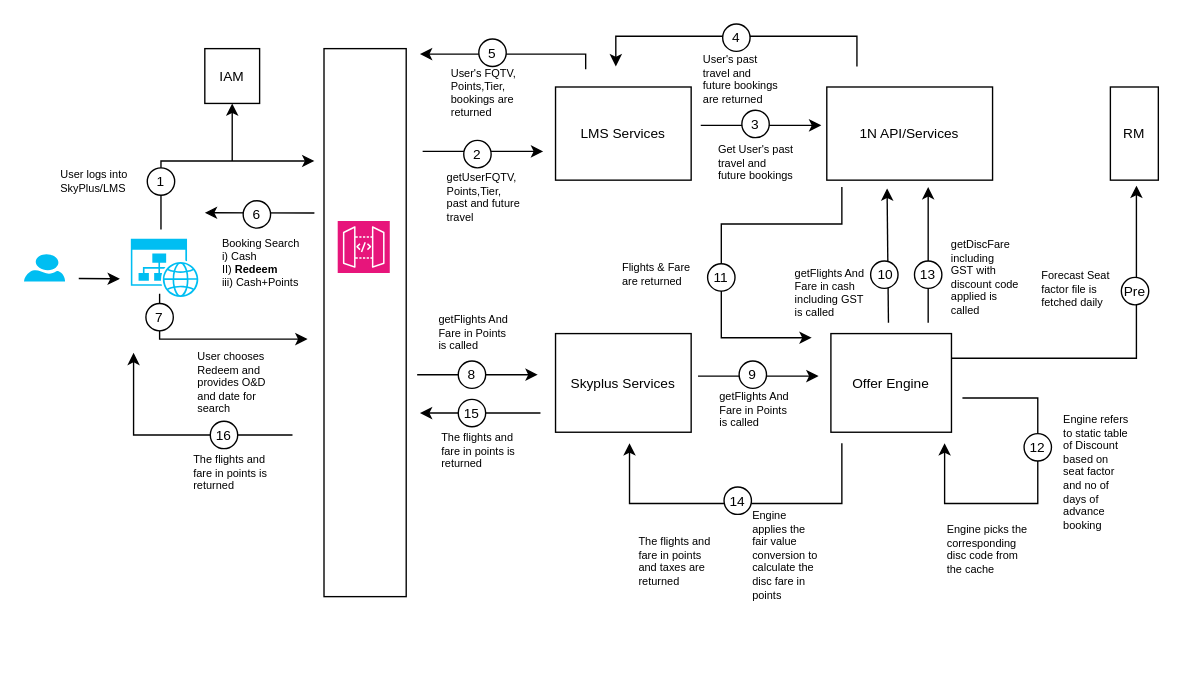
Earlier version of the draw.io diagram page "Search and Results" (1 of 2) of Redeem_Points_Flow.drawio (nchauhan4/drawings). Source tidied: cells renumbered, new cells numbered last; positions are measured from the earlier drawing's top-left corner, leaving out a move shared by most shapes. Both pictures are drawn from the tidied source at 137%, with x=0, y=0 at pixel (23, 23).
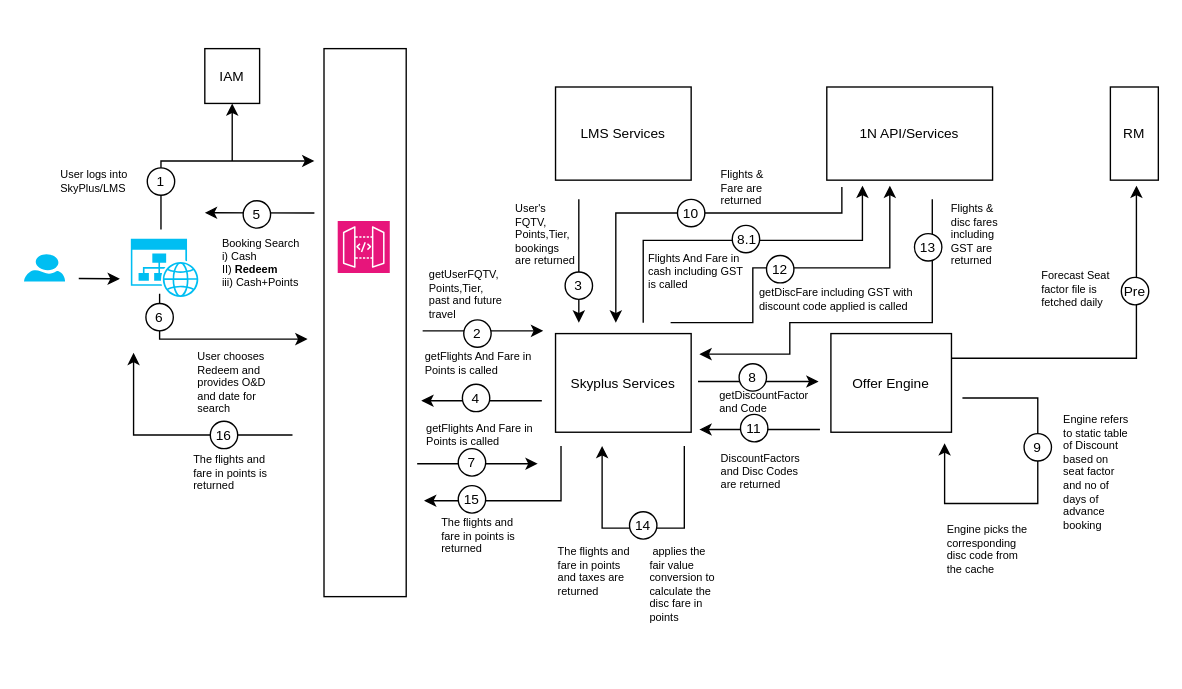
Above is the later version.

What changed in the source:
```diff
@@
     <mxCell id="2" style="endArrow=classic;html=1;rounded=0;" parent="1" edge="1">
       <mxGeometry relative="1" as="geometry">
-        <mxPoint x="631" y="218" as="sourcePoint" />
-        <mxPoint x="630" y="120" as="targetPoint" />
+        <mxPoint x="452" y="218" as="sourcePoint" />
+        <mxPoint x="612" y="118" as="targetPoint" />
+        <Array as="points">
+          <mxPoint x="452" y="158" />
+          <mxPoint x="612" y="158" />
+        </Array>
       </mxGeometry>
     </mxCell>
@@
-    <mxCell id="14" value="&lt;font style=&quot;font-size: 10px;&quot;&gt;6&lt;/font&gt;" style="text;html=1;strokeColor=none;fillColor=none;align=center;verticalAlign=middle;whiteSpace=wrap;rounded=0;" parent="1" vertex="1">
+    <mxCell id="14" value="&lt;font style=&quot;font-size: 10px;&quot;&gt;5&lt;/font&gt;" style="text;html=1;strokeColor=none;fillColor=none;align=center;verticalAlign=middle;whiteSpace=wrap;rounded=0;" parent="1" vertex="1">
       <mxGeometry x="155" y="129" width="30" height="20" as="geometry" />
     </mxCell>
@@
-    <mxCell id="20" value="&lt;font style=&quot;font-size: 10px;&quot;&gt;7&lt;/font&gt;" style="text;html=1;strokeColor=none;fillColor=none;align=center;verticalAlign=middle;whiteSpace=wrap;rounded=0;" parent="1" vertex="1">
+    <mxCell id="20" value="&lt;font style=&quot;font-size: 10px;&quot;&gt;6&lt;/font&gt;" style="text;html=1;strokeColor=none;fillColor=none;align=center;verticalAlign=middle;whiteSpace=wrap;rounded=0;" parent="1" vertex="1">
       <mxGeometry x="84" y="204" width="30" height="20" as="geometry" />
     </mxCell>
@@
     <mxCell id="25" style="endArrow=classic;html=1;rounded=0;" parent="1" edge="1">
       <mxGeometry relative="1" as="geometry">
-        <mxPoint x="291" y="93" as="sourcePoint" />
-        <mxPoint x="379" y="93" as="targetPoint" />
+        <mxPoint x="291" y="224" as="sourcePoint" />
+        <mxPoint x="379" y="224" as="targetPoint" />
       </mxGeometry>
     </mxCell>
@@
     <mxCell id="27" style="ellipse;whiteSpace=wrap;html=1;" parent="1" vertex="1">
-      <mxGeometry x="321" y="85" width="20" height="20" as="geometry" />
+      <mxGeometry x="321" y="216" width="20" height="20" as="geometry" />
     </mxCell>
     <mxCell id="28" value="&lt;font style=&quot;font-size: 10px;&quot;&gt;2&lt;/font&gt;" style="text;html=1;strokeColor=none;fillColor=none;align=center;verticalAlign=middle;whiteSpace=wrap;rounded=0;" parent="1" vertex="1">
-      <mxGeometry x="316" y="85" width="30" height="20" as="geometry" />
+      <mxGeometry x="316" y="216" width="30" height="20" as="geometry" />
     </mxCell>
     <mxCell id="29" value="getUserFQTV, Points,Tier, past and future travel" style="text;html=1;strokeColor=none;fillColor=none;align=left;verticalAlign=top;whiteSpace=wrap;rounded=0;fontSize=8;" parent="1" vertex="1">
-      <mxGeometry x="306.8" y="101" width="58.5" height="53" as="geometry" />
+      <mxGeometry x="293.5" y="171.8" width="58.5" height="53" as="geometry" />
     </mxCell>
     <mxCell id="30" value="getDiscFare including GST&amp;nbsp;&lt;span style=&quot;background-color: initial;&quot;&gt;with&lt;/span&gt;&lt;div&gt;discount code applied is called&lt;/div&gt;" style="text;html=1;strokeColor=none;fillColor=none;align=left;verticalAlign=top;whiteSpace=wrap;rounded=0;fontSize=8;" parent="1" vertex="1">
-      <mxGeometry x="675" y="150" width="52" height="55" as="geometry" />
+      <mxGeometry x="535" y="185" width="120" height="55" as="geometry" />
     </mxCell>
     <mxCell id="31" style="endArrow=classic;html=1;rounded=0;" parent="1" edge="1">
       <mxGeometry relative="1" as="geometry">
-        <mxPoint x="492" y="257" as="sourcePoint" />
-        <mxPoint x="580" y="257" as="targetPoint" />
+        <mxPoint x="492" y="261" as="sourcePoint" />
+        <mxPoint x="580" y="261" as="targetPoint" />
       </mxGeometry>
     </mxCell>
     <mxCell id="32" style="ellipse;whiteSpace=wrap;html=1;" parent="1" vertex="1">
-      <mxGeometry x="522" y="246" width="20" height="20" as="geometry" />
+      <mxGeometry x="522" y="248" width="20" height="20" as="geometry" />
     </mxCell>
-    <mxCell id="33" value="&lt;span style=&quot;font-size: 10px;&quot;&gt;9&lt;/span&gt;" style="text;html=1;strokeColor=none;fillColor=none;align=center;verticalAlign=middle;whiteSpace=wrap;rounded=0;" parent="1" vertex="1">
-      <mxGeometry x="517" y="246" width="30" height="20" as="geometry" />
+    <mxCell id="33" value="&lt;span style=&quot;font-size: 10px;&quot;&gt;8&lt;/span&gt;" style="text;html=1;strokeColor=none;fillColor=none;align=center;verticalAlign=middle;whiteSpace=wrap;rounded=0;" parent="1" vertex="1">
+      <mxGeometry x="517" y="248" width="30" height="20" as="geometry" />
     </mxCell>
-    <mxCell id="34" value="getFlights And Fare in cash including GST is called" style="text;html=1;strokeColor=none;fillColor=none;align=left;verticalAlign=top;whiteSpace=wrap;rounded=0;fontSize=8;" parent="1" vertex="1">
-      <mxGeometry x="561" y="170.5" width="58.5" height="33" as="geometry" />
+    <mxCell id="34" value="Flights And Fare in cash including GST is called" style="text;html=1;strokeColor=none;fillColor=none;align=left;verticalAlign=top;whiteSpace=wrap;rounded=0;fontSize=8;" parent="1" vertex="1">
+      <mxGeometry x="453.8" y="160" width="74.2" height="33" as="geometry" />
     </mxCell>
     <mxCell id="35" style="endArrow=classic;html=1;rounded=0;" parent="1" edge="1">
       <mxGeometry relative="1" as="geometry">
-        <mxPoint x="287" y="256" as="sourcePoint" />
-        <mxPoint x="375" y="256" as="targetPoint" />
+        <mxPoint x="287" y="321" as="sourcePoint" />
+        <mxPoint x="375" y="321" as="targetPoint" />
       </mxGeometry>
     </mxCell>
     <mxCell id="36" style="ellipse;whiteSpace=wrap;html=1;" parent="1" vertex="1">
-      <mxGeometry x="317" y="246" width="20" height="20" as="geometry" />
+      <mxGeometry x="317" y="310" width="20" height="20" as="geometry" />
     </mxCell>
-    <mxCell id="37" value="&lt;font style=&quot;font-size: 10px;&quot;&gt;8&lt;/font&gt;" style="text;html=1;strokeColor=none;fillColor=none;align=center;verticalAlign=middle;whiteSpace=wrap;rounded=0;" parent="1" vertex="1">
-      <mxGeometry x="312" y="246" width="30" height="20" as="geometry" />
+    <mxCell id="37" value="&lt;font style=&quot;font-size: 10px;&quot;&gt;7&lt;/font&gt;" style="text;html=1;strokeColor=none;fillColor=none;align=center;verticalAlign=middle;whiteSpace=wrap;rounded=0;" parent="1" vertex="1">
+      <mxGeometry x="312" y="310" width="30" height="20" as="geometry" />
     </mxCell>
     <mxCell id="38" value="getFlights And Fare in Points is called" style="text;html=1;strokeColor=none;fillColor=none;align=left;verticalAlign=top;whiteSpace=wrap;rounded=0;fontSize=8;" parent="1" vertex="1">
-      <mxGeometry x="300.8" y="205" width="58.5" height="33" as="geometry" />
+      <mxGeometry x="292" y="284" width="80" height="33" as="geometry" />
     </mxCell>
     <mxCell id="39" style="endArrow=classic;html=1;rounded=0;" parent="1" edge="1">
       <mxGeometry relative="1" as="geometry">
-        <mxPoint x="660" y="218" as="sourcePoint" />
-        <mxPoint x="660" y="119" as="targetPoint" />
+        <mxPoint x="472" y="218" as="sourcePoint" />
+        <mxPoint x="632" y="118" as="targetPoint" />
         <Array as="points">
-          <mxPoint x="660" y="174" />
+          <mxPoint x="532" y="218" />
+          <mxPoint x="532" y="178" />
+          <mxPoint x="632" y="178" />
+          <mxPoint x="632" y="138" />
         </Array>
       </mxGeometry>
     </mxCell>
@@
-    <mxCell id="41" style="endArrow=classic;html=1;rounded=0;" parent="1" edge="1">
-      <mxGeometry relative="1" as="geometry">
-        <mxPoint x="494" y="74" as="sourcePoint" />
-        <mxPoint x="582" y="74" as="targetPoint" />
-      </mxGeometry>
-    </mxCell>
-    <mxCell id="42" style="ellipse;whiteSpace=wrap;html=1;" parent="1" vertex="1">
-      <mxGeometry x="524" y="63" width="20" height="20" as="geometry" />
-    </mxCell>
-    <mxCell id="43" value="&lt;font style=&quot;font-size: 10px;&quot;&gt;3&lt;/font&gt;" style="text;html=1;strokeColor=none;fillColor=none;align=center;verticalAlign=middle;whiteSpace=wrap;rounded=0;" parent="1" vertex="1">
-      <mxGeometry x="519" y="63" width="30" height="20" as="geometry" />
-    </mxCell>
-    <mxCell id="44" value="Get User's past travel and future bookings&amp;nbsp;" style="text;html=1;strokeColor=none;fillColor=none;align=left;verticalAlign=top;whiteSpace=wrap;rounded=0;fontSize=8;" parent="1" vertex="1">
-      <mxGeometry x="504.8" y="81" width="58.5" height="33" as="geometry" />
-    </mxCell>
     <mxCell id="45" style="ellipse;whiteSpace=wrap;html=1;" parent="1" vertex="1">
-      <mxGeometry x="618" y="173" width="20" height="20" as="geometry" />
+      <mxGeometry x="517" y="147" width="20" height="20" as="geometry" />
     </mxCell>
-    <mxCell id="46" value="&lt;span style=&quot;font-size: 10px;&quot;&gt;10&lt;/span&gt;" style="text;html=1;strokeColor=none;fillColor=none;align=center;verticalAlign=middle;whiteSpace=wrap;rounded=0;" parent="1" vertex="1">
-      <mxGeometry x="614" y="173" width="30" height="20" as="geometry" />
+    <mxCell id="46" value="&lt;span style=&quot;font-size: 10px;&quot;&gt;8.1&lt;/span&gt;" style="text;html=1;strokeColor=none;fillColor=none;align=center;verticalAlign=middle;whiteSpace=wrap;rounded=0;" parent="1" vertex="1">
+      <mxGeometry x="513" y="147" width="30" height="20" as="geometry" />
     </mxCell>
-    <mxCell id="47" value="getFlights And Fare in Points is called" style="text;html=1;strokeColor=none;fillColor=none;align=left;verticalAlign=top;whiteSpace=wrap;rounded=0;fontSize=8;" parent="1" vertex="1">
-      <mxGeometry x="505.8" y="261" width="58.5" height="33" as="geometry" />
+    <mxCell id="47" value="getDiscountFactor and Code" style="text;html=1;strokeColor=none;fillColor=none;align=left;verticalAlign=top;whiteSpace=wrap;rounded=0;fontSize=8;" parent="1" vertex="1">
+      <mxGeometry x="505.8" y="260" width="58.5" height="33" as="geometry" />
     </mxCell>
     <mxCell id="48" style="ellipse;whiteSpace=wrap;html=1;" parent="1" vertex="1">
-      <mxGeometry x="650" y="173" width="20" height="20" as="geometry" />
+      <mxGeometry x="542" y="169" width="20" height="20" as="geometry" />
     </mxCell>
-    <mxCell id="49" value="&lt;span style=&quot;font-size: 10px;&quot;&gt;13&lt;/span&gt;" style="text;html=1;strokeColor=none;fillColor=none;align=center;verticalAlign=middle;whiteSpace=wrap;rounded=0;" parent="1" vertex="1">
-      <mxGeometry x="645" y="173" width="30" height="20" as="geometry" />
+    <mxCell id="49" value="&lt;span style=&quot;font-size: 10px;&quot;&gt;12&lt;/span&gt;" style="text;html=1;strokeColor=none;fillColor=none;align=center;verticalAlign=middle;whiteSpace=wrap;rounded=0;" parent="1" vertex="1">
+      <mxGeometry x="537" y="169" width="30" height="20" as="geometry" />
     </mxCell>
     <mxCell id="50" style="endArrow=classic;html=1;rounded=0;" parent="1" edge="1">
       <mxGeometry relative="1" as="geometry">
         <mxPoint x="597" y="119" as="sourcePoint" />
-        <mxPoint x="575" y="229" as="targetPoint" />
+        <mxPoint x="432" y="218" as="targetPoint" />
         <Array as="points">
-          <mxPoint x="597" y="146" />
-          <mxPoint x="509" y="146" />
-          <mxPoint x="509" y="185" />
-          <mxPoint x="509" y="229" />
+          <mxPoint x="597" y="138" />
+          <mxPoint x="512" y="138" />
+          <mxPoint x="432" y="138" />
         </Array>
       </mxGeometry>
     </mxCell>
     <mxCell id="51" style="ellipse;whiteSpace=wrap;html=1;" parent="1" vertex="1">
-      <mxGeometry x="499" y="175" width="20" height="20" as="geometry" />
+      <mxGeometry x="477" y="128" width="20" height="20" as="geometry" />
     </mxCell>
-    <mxCell id="52" value="&lt;font style=&quot;font-size: 10px;&quot;&gt;11&lt;/font&gt;" style="text;html=1;strokeColor=none;fillColor=none;align=center;verticalAlign=middle;whiteSpace=wrap;rounded=0;" parent="1" vertex="1">
-      <mxGeometry x="494" y="175" width="30" height="20" as="geometry" />
+    <mxCell id="52" value="&lt;font style=&quot;font-size: 10px;&quot;&gt;10&lt;/font&gt;" style="text;html=1;strokeColor=none;fillColor=none;align=center;verticalAlign=middle;whiteSpace=wrap;rounded=0;" parent="1" vertex="1">
+      <mxGeometry x="472" y="128" width="30" height="20" as="geometry" />
     </mxCell>
     <mxCell id="53" value="Flights &amp;amp; Fare are returned" style="text;html=1;strokeColor=none;fillColor=none;align=left;verticalAlign=top;whiteSpace=wrap;rounded=0;fontSize=8;" parent="1" vertex="1">
-      <mxGeometry x="435" y="166.5" width="58.5" height="33" as="geometry" />
+      <mxGeometry x="506.8" y="98.5" width="33.5" height="39.2" as="geometry" />
     </mxCell>
@@
-    <mxCell id="57" value="&lt;font style=&quot;font-size: 10px;&quot;&gt;12&lt;/font&gt;" style="text;html=1;strokeColor=none;fillColor=none;align=center;verticalAlign=middle;whiteSpace=wrap;rounded=0;" parent="1" vertex="1">
+    <mxCell id="57" value="&lt;font style=&quot;font-size: 10px;&quot;&gt;9&lt;/font&gt;" style="text;html=1;strokeColor=none;fillColor=none;align=center;verticalAlign=middle;whiteSpace=wrap;rounded=0;" parent="1" vertex="1">
       <mxGeometry x="725" y="299" width="30" height="20" as="geometry" />
     </mxCell>
-    <mxCell id="58" style="endArrow=classic;html=1;rounded=0;" parent="1" edge="1">
-      <mxGeometry relative="1" as="geometry">
-        <mxPoint x="608" y="31" as="sourcePoint" />
-        <mxPoint x="432" y="31" as="targetPoint" />
-        <Array as="points">
-          <mxPoint x="608" y="9" />
-          <mxPoint x="520" y="9" />
-          <mxPoint x="432" y="9" />
-        </Array>
-      </mxGeometry>
-    </mxCell>
-    <mxCell id="59" style="ellipse;whiteSpace=wrap;html=1;" parent="1" vertex="1">
-      <mxGeometry x="510" width="20" height="20" as="geometry" />
-    </mxCell>
-    <mxCell id="60" value="&lt;font style=&quot;font-size: 10px;&quot;&gt;4&lt;/font&gt;" style="text;html=1;strokeColor=none;fillColor=none;align=center;verticalAlign=middle;whiteSpace=wrap;rounded=0;" parent="1" vertex="1">
-      <mxGeometry x="505" width="30" height="20" as="geometry" />
-    </mxCell>
-    <mxCell id="61" value="User's past travel and future bookings are returned" style="text;html=1;strokeColor=none;fillColor=none;align=left;verticalAlign=top;whiteSpace=wrap;rounded=0;fontSize=8;" parent="1" vertex="1">
-      <mxGeometry x="493.8" y="15" width="58.5" height="33" as="geometry" />
-    </mxCell>
@@
     <mxCell id="64" style="endArrow=classic;html=1;rounded=0;" parent="1" edge="1">
       <mxGeometry relative="1" as="geometry">
-        <mxPoint x="597" y="306" as="sourcePoint" />
-        <mxPoint x="442" y="306" as="targetPoint" />
+        <mxPoint x="482" y="308" as="sourcePoint" />
+        <mxPoint x="422" y="308" as="targetPoint" />
         <Array as="points">
-          <mxPoint x="597" y="350" />
-          <mxPoint x="442" y="350" />
+          <mxPoint x="482" y="368" />
+          <mxPoint x="422" y="368" />
         </Array>
       </mxGeometry>
     </mxCell>
     <mxCell id="65" style="ellipse;whiteSpace=wrap;html=1;" parent="1" vertex="1">
-      <mxGeometry x="511" y="338" width="20" height="20" as="geometry" />
+      <mxGeometry x="442" y="356" width="20" height="20" as="geometry" />
     </mxCell>
     <mxCell id="66" value="&lt;font style=&quot;font-size: 10px;&quot;&gt;14&lt;/font&gt;" style="text;html=1;strokeColor=none;fillColor=none;align=center;verticalAlign=middle;whiteSpace=wrap;rounded=0;" parent="1" vertex="1">
-      <mxGeometry x="506" y="338" width="30" height="20" as="geometry" />
+      <mxGeometry x="437" y="356" width="30" height="20" as="geometry" />
     </mxCell>
     <mxCell id="67" value="The flights and fare in points&amp;nbsp; and taxes are returned" style="text;html=1;strokeColor=none;fillColor=none;align=left;verticalAlign=top;whiteSpace=wrap;rounded=0;fontSize=8;" parent="1" vertex="1">
-      <mxGeometry x="446.5" y="366.5" width="58.5" height="33" as="geometry" />
+      <mxGeometry x="388" y="374" width="58.5" height="33" as="geometry" />
     </mxCell>
     <mxCell id="68" style="endArrow=classic;html=1;rounded=0;" parent="1" edge="1">
       <mxGeometry relative="1" as="geometry">
-        <mxPoint x="377" y="284" as="sourcePoint" />
-        <mxPoint x="289" y="284" as="targetPoint" />
+        <mxPoint x="392" y="308" as="sourcePoint" />
+        <mxPoint x="292" y="348" as="targetPoint" />
         <Array as="points">
-          <mxPoint x="344" y="284" />
-          <mxPoint x="311" y="284" />
+          <mxPoint x="392" y="348" />
+          <mxPoint x="322" y="348" />
         </Array>
       </mxGeometry>
     </mxCell>
     <mxCell id="69" style="ellipse;whiteSpace=wrap;html=1;" parent="1" vertex="1">
-      <mxGeometry x="317" y="274" width="20" height="20" as="geometry" />
+      <mxGeometry x="317" y="337" width="20" height="20" as="geometry" />
     </mxCell>
     <mxCell id="70" value="&lt;font style=&quot;font-size: 10px;&quot;&gt;15&lt;/font&gt;" style="text;html=1;strokeColor=none;fillColor=none;align=center;verticalAlign=middle;whiteSpace=wrap;rounded=0;" parent="1" vertex="1">
-      <mxGeometry x="312" y="274" width="30" height="20" as="geometry" />
+      <mxGeometry x="312" y="337" width="30" height="20" as="geometry" />
     </mxCell>
     <mxCell id="71" value="The flights and fare in points is returned" style="text;html=1;strokeColor=none;fillColor=none;align=left;verticalAlign=top;whiteSpace=wrap;rounded=0;fontSize=8;" parent="1" vertex="1">
-      <mxGeometry x="302.8" y="291" width="58.5" height="33" as="geometry" />
+      <mxGeometry x="302.8" y="353" width="58.5" height="33" as="geometry" />
     </mxCell>
@@
     <mxCell id="76" style="endArrow=classic;html=1;rounded=0;" parent="1" edge="1">
       <mxGeometry relative="1" as="geometry">
-        <mxPoint x="410" y="33" as="sourcePoint" />
-        <mxPoint x="289" y="22" as="targetPoint" />
+        <mxPoint x="405" y="128" as="sourcePoint" />
+        <mxPoint x="405" y="218" as="targetPoint" />
         <Array as="points">
-          <mxPoint x="410" y="22" />
+          <mxPoint x="405" y="128" />
         </Array>
       </mxGeometry>
     </mxCell>
     <mxCell id="77" value="User's FQTV, Points,Tier, bookings are returned" style="text;html=1;strokeColor=none;fillColor=none;align=left;verticalAlign=top;whiteSpace=wrap;rounded=0;fontSize=8;" parent="1" vertex="1">
-      <mxGeometry x="310" y="25" width="58.5" height="52" as="geometry" />
+      <mxGeometry x="357" y="123.8" width="46" height="52" as="geometry" />
     </mxCell>
     <mxCell id="78" style="ellipse;whiteSpace=wrap;html=1;" parent="1" vertex="1">
-      <mxGeometry x="332" y="11" width="20" height="20" as="geometry" />
+      <mxGeometry x="395" y="181" width="20" height="20" as="geometry" />
     </mxCell>
-    <mxCell id="79" value="&lt;font style=&quot;font-size: 10px;&quot;&gt;5&lt;/font&gt;" style="text;html=1;strokeColor=none;fillColor=none;align=center;verticalAlign=middle;whiteSpace=wrap;rounded=0;" parent="1" vertex="1">
-      <mxGeometry x="327" y="11" width="30" height="20" as="geometry" />
+    <mxCell id="79" value="&lt;font style=&quot;font-size: 10px;&quot;&gt;3&lt;/font&gt;" style="text;html=1;strokeColor=none;fillColor=none;align=center;verticalAlign=middle;whiteSpace=wrap;rounded=0;" parent="1" vertex="1">
+      <mxGeometry x="390" y="181" width="30" height="20" as="geometry" />
     </mxCell>
@@
-    <mxCell id="82" value="Engine applies the fair value conversion to calculate the disc fare in points" style="text;html=1;strokeColor=none;fillColor=none;align=left;verticalAlign=top;whiteSpace=wrap;rounded=0;fontSize=8;" parent="1" vertex="1">
-      <mxGeometry x="530" y="348" width="52" height="94" as="geometry" />
+    <mxCell id="82" value="&amp;nbsp;applies the fair value conversion to calculate the disc fare in points" style="text;html=1;strokeColor=none;fillColor=none;align=left;verticalAlign=top;whiteSpace=wrap;rounded=0;fontSize=8;" parent="1" vertex="1">
+      <mxGeometry x="454.8" y="374" width="52" height="94" as="geometry" />
     </mxCell>
+    <mxCell id="83" style="endArrow=classic;html=1;rounded=0;" parent="1" edge="1">
+      <mxGeometry relative="1" as="geometry">
+        <mxPoint x="663" y="128" as="sourcePoint" />
+        <mxPoint x="493" y="241" as="targetPoint" />
+        <Array as="points">
+          <mxPoint x="663" y="161" />
+          <mxPoint x="663" y="218" />
+          <mxPoint x="559" y="218" />
+          <mxPoint x="559" y="241" />
+        </Array>
+      </mxGeometry>
+    </mxCell>
+    <mxCell id="84" value="Flights &amp;amp; disc fares including GST are returned" style="text;html=1;strokeColor=none;fillColor=none;align=left;verticalAlign=top;whiteSpace=wrap;rounded=0;fontSize=8;" parent="1" vertex="1">
+      <mxGeometry x="675" y="123.8" width="45.2" height="33" as="geometry" />
+    </mxCell>
+    <mxCell id="85" style="endArrow=classic;html=1;rounded=0;" parent="1" edge="1">
+      <mxGeometry relative="1" as="geometry">
+        <mxPoint x="581" y="296" as="sourcePoint" />
+        <mxPoint x="493" y="296" as="targetPoint" />
+      </mxGeometry>
+    </mxCell>
+    <mxCell id="86" style="ellipse;whiteSpace=wrap;html=1;" parent="1" vertex="1">
+      <mxGeometry x="523" y="285" width="20" height="20" as="geometry" />
+    </mxCell>
+    <mxCell id="87" value="&lt;span style=&quot;font-size: 10px;&quot;&gt;11&lt;/span&gt;" style="text;html=1;strokeColor=none;fillColor=none;align=center;verticalAlign=middle;whiteSpace=wrap;rounded=0;" parent="1" vertex="1">
+      <mxGeometry x="518" y="285" width="30" height="20" as="geometry" />
+    </mxCell>
+    <mxCell id="88" value="DiscountFactors and Disc Codes are returned" style="text;html=1;strokeColor=none;fillColor=none;align=left;verticalAlign=top;whiteSpace=wrap;rounded=0;fontSize=8;" parent="1" vertex="1">
+      <mxGeometry x="506.8" y="306" width="58.5" height="33" as="geometry" />
+    </mxCell>
+    <mxCell id="89" value="&lt;font style=&quot;font-size: 10px;&quot;&gt;13&lt;/font&gt;" style="ellipse;whiteSpace=wrap;html=1;" parent="1" vertex="1">
+      <mxGeometry x="650" y="153" width="20" height="20" as="geometry" />
+    </mxCell>
+    <mxCell id="90" style="endArrow=classic;html=1;rounded=0;" parent="1" edge="1">
+      <mxGeometry relative="1" as="geometry">
+        <mxPoint x="378" y="275" as="sourcePoint" />
+        <mxPoint x="290" y="275" as="targetPoint" />
+      </mxGeometry>
+    </mxCell>
+    <mxCell id="91" style="ellipse;whiteSpace=wrap;html=1;" parent="1" vertex="1">
+      <mxGeometry x="320" y="263" width="20" height="20" as="geometry" />
+    </mxCell>
+    <mxCell id="60" value="&lt;span style=&quot;font-size: 10px;&quot;&gt;4&lt;/span&gt;" style="text;html=1;strokeColor=none;fillColor=none;align=center;verticalAlign=middle;whiteSpace=wrap;rounded=0;" parent="1" vertex="1">
+      <mxGeometry x="315" y="263" width="30" height="20" as="geometry" />
+    </mxCell>
+    <mxCell id="92" value="getFlights And Fare in Points is called" style="text;html=1;strokeColor=none;fillColor=none;align=left;verticalAlign=top;whiteSpace=wrap;rounded=0;fontSize=8;" parent="1" vertex="1">
+      <mxGeometry x="291" y="231.5" width="80" height="33" as="geometry" />
+    </mxCell>
```
